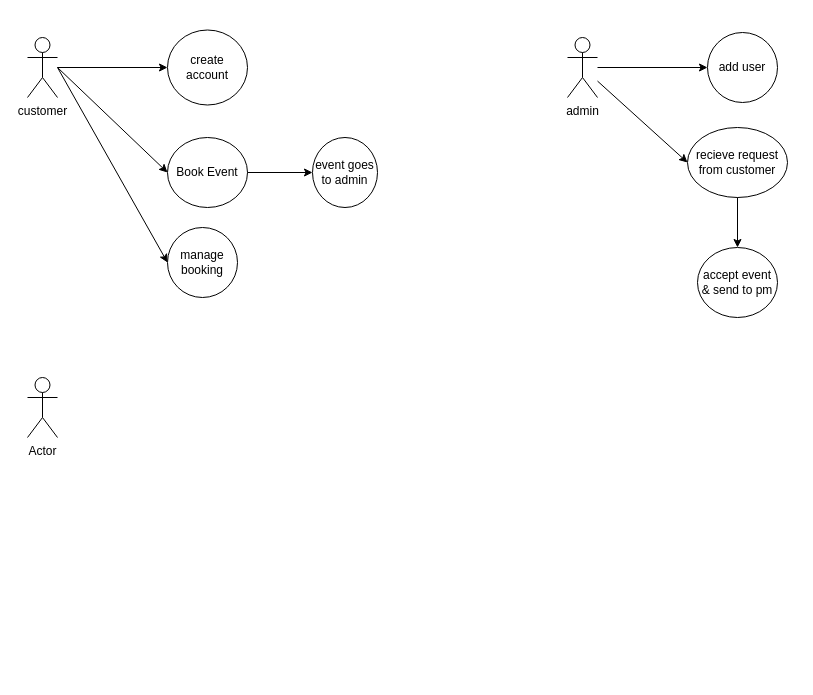
Above: page "Use Case Diagram" (2 of 5) of Event Managment System Diagrams.drawio in ikha496/Event-Management-System (draw.io), before the change. Source tidied: cells renumbered, new cells numbered last; positions are measured from the earlier drawing's top-left corner, leaving out a move shared by most shapes. Both pictures are drawn from the tidied source at 100%, with x=0, y=0 at pixel (27, 29).
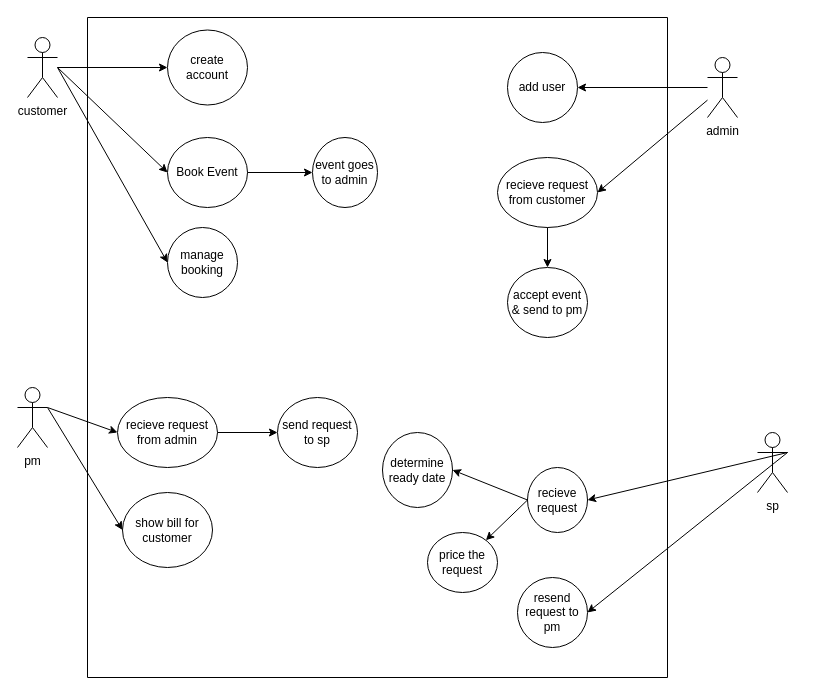
After the change.

The edit, as a diff of the source:
```diff
@@
     <mxCell id="7" value="add user" style="ellipse;whiteSpace=wrap;html=1;" parent="1" vertex="1">
-      <mxGeometry x="680" y="3" width="70" height="70" as="geometry" />
+      <mxGeometry x="480" y="23" width="70" height="70" as="geometry" />
     </mxCell>
@@
     <mxCell id="11" value="admin" style="shape=umlActor;verticalLabelPosition=bottom;verticalAlign=top;html=1;outlineConnect=0;" parent="1" vertex="1">
-      <mxGeometry x="540" y="8" width="30" height="60" as="geometry" />
+      <mxGeometry x="680" y="28" width="30" height="60" as="geometry" />
     </mxCell>
     <mxCell id="12" value="recieve request from customer" style="ellipse;whiteSpace=wrap;html=1;" parent="1" vertex="1">
-      <mxGeometry x="660" y="98" width="100" height="70" as="geometry" />
+      <mxGeometry x="470" y="128" width="100" height="70" as="geometry" />
     </mxCell>
-    <mxCell id="13" style="endArrow=classic;html=1;rounded=0;entryX=0;entryY=0.5;entryDx=0;entryDy=0;" parent="1" edge="1" source="11" target="12">
+    <mxCell id="13" style="endArrow=classic;html=1;rounded=0;entryX=1;entryY=0.5;entryDx=0;entryDy=0;" parent="1" edge="1" source="11" target="12">
       <mxGeometry relative="1" as="geometry" />
     </mxCell>
@@
     <mxCell id="16" value="accept event &amp;amp; send to pm" style="ellipse;whiteSpace=wrap;html=1;" parent="1" vertex="1">
-      <mxGeometry x="670" y="218" width="80" height="70" as="geometry" />
+      <mxGeometry x="480" y="238" width="80" height="70" as="geometry" />
     </mxCell>
@@
-    <mxCell id="18" value="Actor" style="shape=umlActor;verticalLabelPosition=bottom;verticalAlign=top;html=1;outlineConnect=0;" parent="1" vertex="1">
-      <mxGeometry y="348" width="30" height="60" as="geometry" />
+    <mxCell id="18" value="sp" style="shape=umlActor;verticalLabelPosition=bottom;verticalAlign=top;html=1;outlineConnect=0;" parent="1" vertex="1">
+      <mxGeometry x="730" y="403" width="30" height="60" as="geometry" />
     </mxCell>
+    <mxCell id="19" value="pm" style="shape=umlActor;verticalLabelPosition=bottom;verticalAlign=top;html=1;outlineConnect=0;" parent="1" vertex="1">
+      <mxGeometry x="-10" y="358" width="30" height="60" as="geometry" />
+    </mxCell>
+    <mxCell id="20" value="recieve request from admin" style="ellipse;whiteSpace=wrap;html=1;" parent="1" vertex="1">
+      <mxGeometry x="90" y="368" width="100" height="70" as="geometry" />
+    </mxCell>
+    <mxCell id="21" style="endArrow=classic;html=1;rounded=0;exitX=1;exitY=0.3333333333333333;exitDx=0;exitDy=0;exitPerimeter=0;entryX=0;entryY=0.5;entryDx=0;entryDy=0;" parent="1" edge="1" source="19" target="20">
+      <mxGeometry relative="1" as="geometry" />
+    </mxCell>
+    <mxCell id="22" value="send request to sp" style="ellipse;whiteSpace=wrap;html=1;" parent="1" vertex="1">
+      <mxGeometry x="250" y="368" width="80" height="70" as="geometry" />
+    </mxCell>
+    <mxCell id="23" style="endArrow=classic;html=1;rounded=0;entryX=0;entryY=0.5;entryDx=0;entryDy=0;exitX=1;exitY=0.5;exitDx=0;exitDy=0;" parent="1" edge="1" source="20" target="22">
+      <mxGeometry relative="1" as="geometry" />
+    </mxCell>
+    <mxCell id="24" value="show bill for customer" style="ellipse;whiteSpace=wrap;html=1;" parent="1" vertex="1">
+      <mxGeometry x="95" y="463" width="90" height="75" as="geometry" />
+    </mxCell>
+    <mxCell id="25" style="endArrow=classic;html=1;rounded=0;entryX=0;entryY=0.5;entryDx=0;entryDy=0;exitX=1;exitY=0.3333333333333333;exitDx=0;exitDy=0;exitPerimeter=0;" parent="1" edge="1" source="19" target="24">
+      <mxGeometry relative="1" as="geometry" />
+    </mxCell>
+    <mxCell id="26" value="recieve request" style="ellipse;whiteSpace=wrap;html=1;" parent="1" vertex="1">
+      <mxGeometry x="500" y="438" width="60" height="65" as="geometry" />
+    </mxCell>
+    <mxCell id="27" value="price the request" style="ellipse;whiteSpace=wrap;html=1;" parent="1" vertex="1">
+      <mxGeometry x="400" y="503" width="70" height="60" as="geometry" />
+    </mxCell>
+    <mxCell id="28" style="endArrow=classic;html=1;rounded=0;entryX=1;entryY=0.5;entryDx=0;entryDy=0;exitX=1;exitY=0.3333333333333333;exitDx=0;exitDy=0;exitPerimeter=0;" parent="1" edge="1" source="18" target="26">
+      <mxGeometry relative="1" as="geometry" />
+    </mxCell>
+    <mxCell id="29" style="endArrow=classic;html=1;rounded=0;exitX=0;exitY=0.5;exitDx=0;exitDy=0;" parent="1" edge="1" source="26" target="27">
+      <mxGeometry relative="1" as="geometry" />
+    </mxCell>
+    <mxCell id="30" value="determine ready date" style="ellipse;whiteSpace=wrap;html=1;" parent="1" vertex="1">
+      <mxGeometry x="355" y="403" width="70" height="75" as="geometry" />
+    </mxCell>
+    <mxCell id="31" style="endArrow=classic;html=1;rounded=0;entryX=1;entryY=0.5;entryDx=0;entryDy=0;exitX=0;exitY=0.5;exitDx=0;exitDy=0;" parent="1" edge="1" source="26" target="30">
+      <mxGeometry relative="1" as="geometry" />
+    </mxCell>
+    <mxCell id="32" value="resend request to pm" style="ellipse;whiteSpace=wrap;html=1;" parent="1" vertex="1">
+      <mxGeometry x="490" y="548" width="70" height="70" as="geometry" />
+    </mxCell>
+    <mxCell id="33" style="endArrow=classic;html=1;rounded=0;entryX=1;entryY=0.5;entryDx=0;entryDy=0;exitX=1;exitY=0.3333333333333333;exitDx=0;exitDy=0;exitPerimeter=0;" parent="1" edge="1" source="18" target="32">
+      <mxGeometry relative="1" as="geometry" />
+    </mxCell>
+    <mxCell id="34" style="swimlane;startSize=0;" parent="1" vertex="1">
+      <mxGeometry x="60" y="-12" width="580" height="660" as="geometry" />
+    </mxCell>
```
